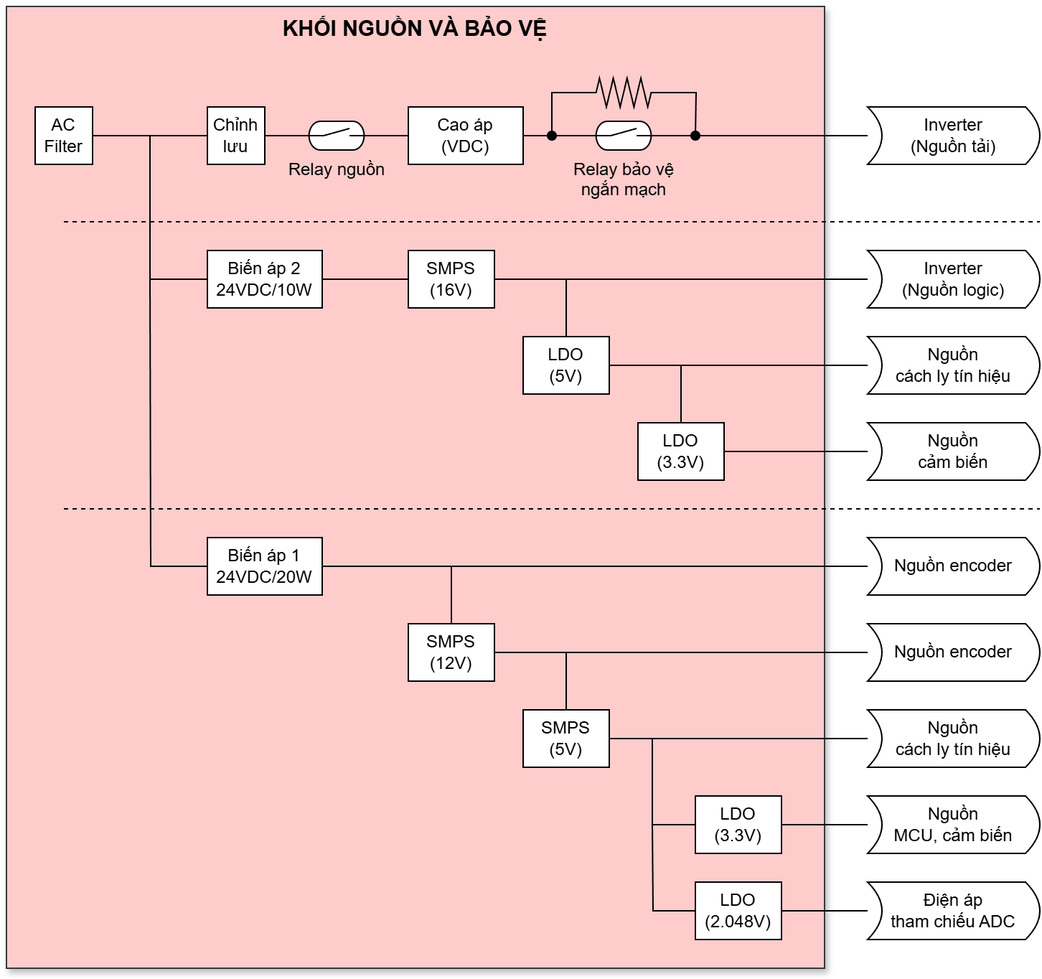
Before: Docs/ACIM-Nguon & Bao ve.drawio.png, a diagram exported from draw.io (sampidevkit/ACIM-Apps). Source tidied: cells renumbered, new cells last; positions are measured from the earlier drawing's top-left corner, leaving out a move shared by most shapes.
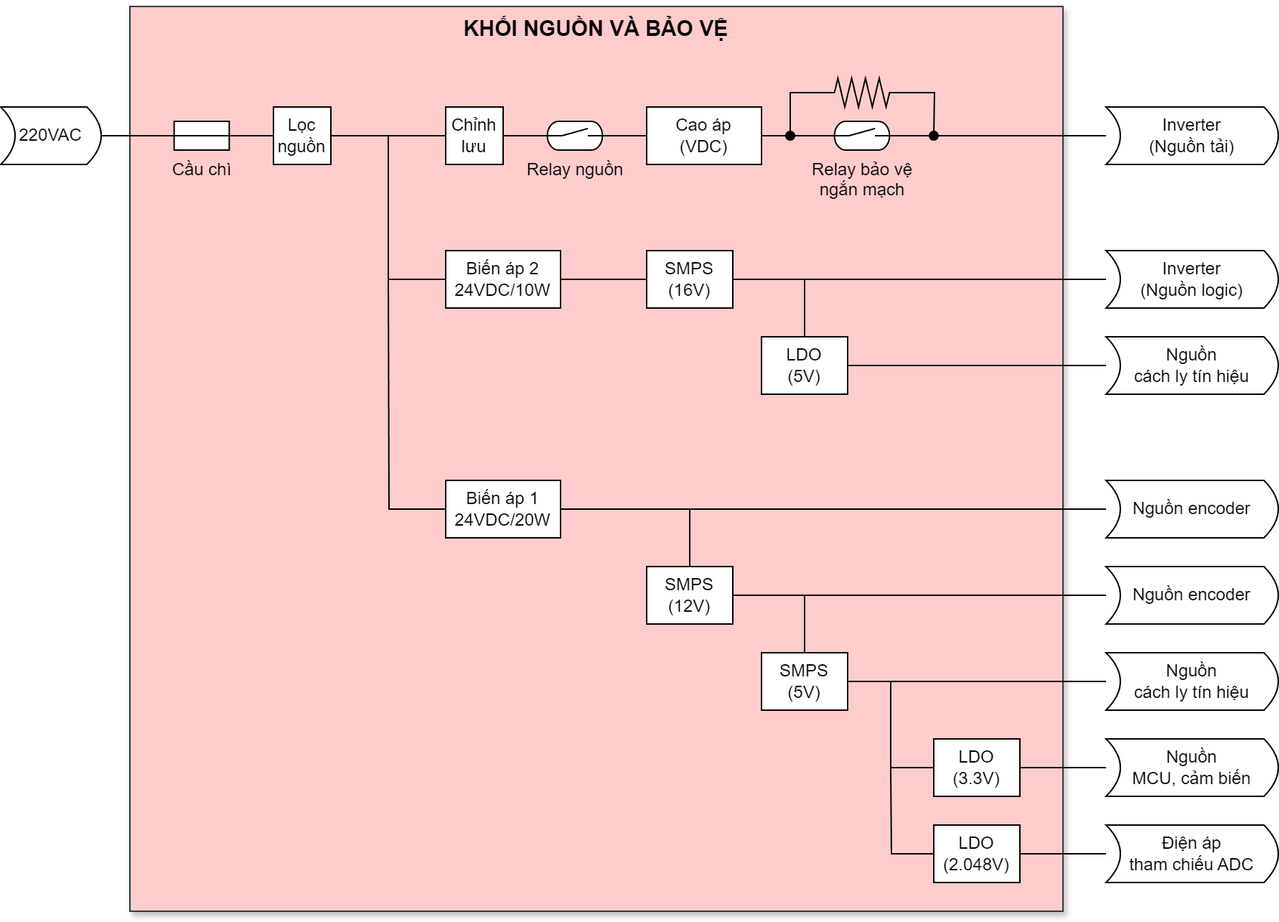
The same diagram one commit later.

Change to the diagram source:
```diff
@@ -3,13 +3,13 @@
     <mxCell id="0" />
     <mxCell id="1" parent="0" />
     <mxCell id="2" value="&lt;b&gt;&lt;font style=&quot;font-size: 15px;&quot;&gt;KHỐI NGUỒN VÀ BẢO VỆ&lt;/font&gt;&lt;/b&gt;" style="rounded=0;whiteSpace=wrap;html=1;fontFamily=Helvetica;fontSize=11;labelBackgroundColor=none;shadow=1;verticalAlign=top;fillColor=#ffcccc;strokeColor=#36393d;" parent="1" vertex="1">
-      <mxGeometry width="570" height="670" as="geometry" />
+      <mxGeometry x="-80" width="650" height="630" as="geometry" />
     </mxCell>
     <mxCell id="3" value="Inverter&lt;div&gt;(Nguồn tải)&lt;/div&gt;" style="shape=dataStorage;whiteSpace=wrap;html=1;fixedSize=1;size=10;flipH=1;fontSize=12;" parent="1" vertex="1">
       <mxGeometry x="600" y="70" width="120" height="40" as="geometry" />
     </mxCell>
     <mxCell id="4" value="Nguồn encoder" style="shape=dataStorage;whiteSpace=wrap;html=1;fixedSize=1;size=10;flipH=1;fontSize=12;" parent="1" vertex="1">
-      <mxGeometry x="600" y="370" width="120" height="40" as="geometry" />
+      <mxGeometry x="600" y="330" width="120" height="40" as="geometry" />
     </mxCell>
     <mxCell id="5" value="Nguồn&lt;div&gt;cách ly tín hiệu&lt;/div&gt;" style="shape=dataStorage;whiteSpace=wrap;html=1;fixedSize=1;size=10;flipH=1;fontSize=12;" parent="1" vertex="1">
       <mxGeometry x="600" y="230" width="120" height="40" as="geometry" />
@@ -22,7 +22,7 @@
     </mxCell>
     <mxCell id="8" style="edgeStyle=orthogonalEdgeStyle;shape=connector;rounded=0;jettySize=auto;html=1;strokeColor=default;align=center;verticalAlign=middle;fontFamily=Helvetica;fontSize=11;fontColor=default;labelBackgroundColor=default;startFill=0;endArrow=none;" parent="1" edge="1" source="10">
       <mxGeometry relative="1" as="geometry">
-        <mxPoint x="600" y="390" as="targetPoint" />
+        <mxPoint x="600" y="350" as="targetPoint" />
       </mxGeometry>
     </mxCell>
     <mxCell id="9" style="edgeStyle=orthogonalEdgeStyle;shape=connector;rounded=0;jettySize=auto;html=1;strokeColor=default;align=center;verticalAlign=middle;fontFamily=Helvetica;fontSize=11;fontColor=default;labelBackgroundColor=default;startFill=0;endArrow=none;" parent="1" edge="1" source="10">
@@ -31,7 +31,7 @@
       </mxGeometry>
     </mxCell>
     <mxCell id="10" value="Biến áp 1&lt;div&gt;24VDC/20W&lt;/div&gt;" style="rounded=0;whiteSpace=wrap;html=1;" parent="1" vertex="1">
-      <mxGeometry x="140" y="370" width="80" height="40" as="geometry" />
+      <mxGeometry x="140" y="330" width="80" height="40" as="geometry" />
     </mxCell>
     <mxCell id="11" style="edgeStyle=orthogonalEdgeStyle;shape=connector;rounded=0;jettySize=auto;html=1;entryX=0;entryY=0.5;entryDx=0;entryDy=0;strokeColor=default;align=center;verticalAlign=middle;fontFamily=Helvetica;fontSize=11;fontColor=default;labelBackgroundColor=default;startFill=0;endArrow=none;" parent="1" edge="1" source="13" target="38">
       <mxGeometry relative="1" as="geometry" />
@@ -83,63 +83,63 @@
     <mxCell id="23" style="verticalLabelPosition=bottom;shadow=0;dashed=0;align=center;html=1;verticalAlign=top;shape=mxgraph.electrical.resistors.resistor_2;" parent="1" vertex="1">
       <mxGeometry x="400" y="50" width="60" height="20" as="geometry" />
     </mxCell>
-    <mxCell id="24" value="AC Filter" style="rounded=0;whiteSpace=wrap;html=1;verticalAlign=middle;horizontal=1;" parent="1" vertex="1">
+    <mxCell id="24" value="Lọc nguồn" style="rounded=0;whiteSpace=wrap;html=1;verticalAlign=middle;horizontal=1;" parent="1" vertex="1">
       <mxGeometry x="20" y="70" width="40" height="40" as="geometry" />
     </mxCell>
     <mxCell id="25" style="edgeStyle=orthogonalEdgeStyle;shape=connector;rounded=0;jettySize=auto;html=1;strokeColor=default;align=center;verticalAlign=middle;fontFamily=Helvetica;fontSize=11;fontColor=default;labelBackgroundColor=default;startFill=0;endArrow=none;" parent="1" edge="1" source="27">
       <mxGeometry relative="1" as="geometry">
-        <mxPoint x="600" y="450" as="targetPoint" />
+        <mxPoint x="600" y="410" as="targetPoint" />
       </mxGeometry>
     </mxCell>
     <mxCell id="26" style="edgeStyle=orthogonalEdgeStyle;shape=connector;rounded=0;jettySize=auto;html=1;strokeColor=default;align=center;verticalAlign=middle;fontFamily=Helvetica;fontSize=11;fontColor=default;labelBackgroundColor=default;startFill=0;endArrow=none;" parent="1" edge="1" source="27">
       <mxGeometry relative="1" as="geometry">
-        <mxPoint x="310" y="390" as="targetPoint" />
+        <mxPoint x="310" y="350" as="targetPoint" />
       </mxGeometry>
     </mxCell>
     <mxCell id="27" value="SMPS&lt;div&gt;(12V)&lt;/div&gt;" style="rounded=0;whiteSpace=wrap;html=1;" parent="1" vertex="1">
-      <mxGeometry x="280" y="430" width="60" height="40" as="geometry" />
+      <mxGeometry x="280" y="390" width="60" height="40" as="geometry" />
     </mxCell>
     <mxCell id="28" style="edgeStyle=orthogonalEdgeStyle;shape=connector;rounded=0;jettySize=auto;html=1;strokeColor=default;align=center;verticalAlign=middle;fontFamily=Helvetica;fontSize=11;fontColor=default;labelBackgroundColor=default;startFill=0;endArrow=none;" parent="1" edge="1" source="30">
       <mxGeometry relative="1" as="geometry">
-        <mxPoint x="390" y="450" as="targetPoint" />
+        <mxPoint x="390" y="410" as="targetPoint" />
       </mxGeometry>
     </mxCell>
     <mxCell id="29" style="edgeStyle=orthogonalEdgeStyle;shape=connector;rounded=0;jettySize=auto;html=1;strokeColor=default;align=center;verticalAlign=middle;fontFamily=Helvetica;fontSize=11;fontColor=default;labelBackgroundColor=default;startFill=0;endArrow=none;" parent="1" edge="1" source="30">
       <mxGeometry relative="1" as="geometry">
-        <mxPoint x="600" y="510" as="targetPoint" />
+        <mxPoint x="600" y="470" as="targetPoint" />
       </mxGeometry>
     </mxCell>
     <mxCell id="30" value="&lt;div&gt;&lt;span style=&quot;background-color: transparent; color: light-dark(rgb(0, 0, 0), rgb(255, 255, 255));&quot;&gt;SMPS&lt;/span&gt;&lt;/div&gt;&lt;div&gt;&lt;span style=&quot;background-color: transparent; color: light-dark(rgb(0, 0, 0), rgb(255, 255, 255));&quot;&gt;(5V)&lt;/span&gt;&lt;/div&gt;" style="rounded=0;whiteSpace=wrap;html=1;" parent="1" vertex="1">
-      <mxGeometry x="360" y="490" width="60" height="40" as="geometry" />
+      <mxGeometry x="360" y="450" width="60" height="40" as="geometry" />
     </mxCell>
     <mxCell id="31" style="edgeStyle=orthogonalEdgeStyle;shape=connector;rounded=0;jettySize=auto;html=1;strokeColor=default;align=center;verticalAlign=middle;fontFamily=Helvetica;fontSize=11;fontColor=default;labelBackgroundColor=default;startFill=0;endArrow=none;" parent="1" edge="1" source="33">
       <mxGeometry relative="1" as="geometry">
-        <mxPoint x="600" y="570" as="targetPoint" />
+        <mxPoint x="600" y="530" as="targetPoint" />
       </mxGeometry>
     </mxCell>
     <mxCell id="32" style="edgeStyle=orthogonalEdgeStyle;shape=connector;rounded=0;jettySize=auto;html=1;strokeColor=default;align=center;verticalAlign=middle;fontFamily=Helvetica;fontSize=11;fontColor=default;labelBackgroundColor=default;startFill=0;endArrow=none;" parent="1" edge="1" source="33">
       <mxGeometry relative="1" as="geometry">
-        <mxPoint x="450" y="510" as="targetPoint" />
+        <mxPoint x="450" y="470" as="targetPoint" />
         <Array as="points">
-          <mxPoint x="450" y="570" />
+          <mxPoint x="450" y="530" />
         </Array>
       </mxGeometry>
     </mxCell>
     <mxCell id="33" value="&lt;span style=&quot;background-color: transparent; color: light-dark(rgb(0, 0, 0), rgb(255, 255, 255));&quot;&gt;LDO&lt;/span&gt;&lt;div&gt;&lt;span style=&quot;background-color: transparent; color: light-dark(rgb(0, 0, 0), rgb(255, 255, 255));&quot;&gt;(3.3V)&lt;/span&gt;&lt;/div&gt;" style="rounded=0;whiteSpace=wrap;html=1;" parent="1" vertex="1">
-      <mxGeometry x="480" y="550" width="60" height="40" as="geometry" />
+      <mxGeometry x="480" y="510" width="60" height="40" as="geometry" />
     </mxCell>
     <mxCell id="34" style="edgeStyle=orthogonalEdgeStyle;shape=connector;rounded=0;jettySize=auto;html=1;strokeColor=default;align=center;verticalAlign=middle;fontFamily=Helvetica;fontSize=11;fontColor=default;labelBackgroundColor=default;startFill=0;endArrow=none;" parent="1" edge="1" source="36">
       <mxGeometry relative="1" as="geometry">
-        <mxPoint x="450" y="570" as="targetPoint" />
+        <mxPoint x="450" y="530" as="targetPoint" />
       </mxGeometry>
     </mxCell>
     <mxCell id="35" style="edgeStyle=orthogonalEdgeStyle;shape=connector;rounded=0;jettySize=auto;html=1;strokeColor=default;align=center;verticalAlign=middle;fontFamily=Helvetica;fontSize=11;fontColor=default;labelBackgroundColor=default;startFill=0;endArrow=none;" parent="1" edge="1" source="36">
       <mxGeometry relative="1" as="geometry">
-        <mxPoint x="600" y="630" as="targetPoint" />
+        <mxPoint x="600" y="590" as="targetPoint" />
       </mxGeometry>
     </mxCell>
     <mxCell id="36" value="&lt;span style=&quot;background-color: transparent; color: light-dark(rgb(0, 0, 0), rgb(255, 255, 255));&quot;&gt;LDO&lt;/span&gt;&lt;div&gt;&lt;span style=&quot;background-color: transparent; color: light-dark(rgb(0, 0, 0), rgb(255, 255, 255));&quot;&gt;(2.048V)&lt;/span&gt;&lt;/div&gt;" style="rounded=0;whiteSpace=wrap;html=1;" parent="1" vertex="1">
-      <mxGeometry x="480" y="610" width="60" height="40" as="geometry" />
+      <mxGeometry x="480" y="570" width="60" height="40" as="geometry" />
     </mxCell>
     <mxCell id="37" style="edgeStyle=orthogonalEdgeStyle;shape=connector;rounded=0;jettySize=auto;html=1;strokeColor=default;align=center;verticalAlign=middle;fontFamily=Helvetica;fontSize=11;fontColor=default;labelBackgroundColor=default;startFill=0;endArrow=none;" parent="1" edge="1" source="38">
       <mxGeometry relative="1" as="geometry">
@@ -162,48 +162,34 @@
     <mxCell id="41" value="LDO&lt;div&gt;(5V)&lt;/div&gt;" style="rounded=0;whiteSpace=wrap;html=1;" parent="1" vertex="1">
       <mxGeometry x="360" y="230" width="60" height="40" as="geometry" />
     </mxCell>
-    <mxCell id="42" style="edgeStyle=orthogonalEdgeStyle;shape=connector;rounded=0;jettySize=auto;html=1;strokeColor=default;align=center;verticalAlign=middle;fontFamily=Helvetica;fontSize=11;fontColor=default;labelBackgroundColor=default;startFill=0;endArrow=none;" parent="1" edge="1" source="44">
-      <mxGeometry relative="1" as="geometry">
-        <mxPoint x="470" y="250" as="targetPoint" />
-      </mxGeometry>
-    </mxCell>
-    <mxCell id="43" style="edgeStyle=orthogonalEdgeStyle;shape=connector;rounded=0;jettySize=auto;html=1;strokeColor=default;align=center;verticalAlign=middle;fontFamily=Helvetica;fontSize=11;fontColor=default;labelBackgroundColor=default;startFill=0;endArrow=none;" parent="1" edge="1" source="44">
-      <mxGeometry relative="1" as="geometry">
-        <mxPoint x="600" y="310" as="targetPoint" />
-      </mxGeometry>
-    </mxCell>
-    <mxCell id="44" value="LDO&lt;div&gt;(3.3V)&lt;/div&gt;" style="rounded=0;whiteSpace=wrap;html=1;" parent="1" vertex="1">
-      <mxGeometry x="440" y="290" width="60" height="40" as="geometry" />
-    </mxCell>
     <mxCell id="45" value="Inverter&lt;div&gt;(Nguồn logic)&lt;/div&gt;" style="shape=dataStorage;whiteSpace=wrap;html=1;fixedSize=1;size=10;flipH=1;fontSize=12;" parent="1" vertex="1">
       <mxGeometry x="600" y="170" width="120" height="40" as="geometry" />
     </mxCell>
-    <mxCell id="46" value="Nguồn&lt;div&gt;cảm biến&lt;/div&gt;" style="shape=dataStorage;whiteSpace=wrap;html=1;fixedSize=1;size=10;flipH=1;fontSize=12;" parent="1" vertex="1">
-      <mxGeometry x="600" y="290" width="120" height="40" as="geometry" />
-    </mxCell>
     <mxCell id="47" value="Nguồn encoder" style="shape=dataStorage;whiteSpace=wrap;html=1;fixedSize=1;size=10;flipH=1;fontSize=12;" parent="1" vertex="1">
-      <mxGeometry x="600" y="430" width="120" height="40" as="geometry" />
+      <mxGeometry x="600" y="390" width="120" height="40" as="geometry" />
     </mxCell>
     <mxCell id="48" value="Nguồn&lt;div&gt;cách ly tín hiệu&lt;/div&gt;" style="shape=dataStorage;whiteSpace=wrap;html=1;fixedSize=1;size=10;flipH=1;fontSize=12;" parent="1" vertex="1">
-      <mxGeometry x="600" y="490" width="120" height="40" as="geometry" />
+      <mxGeometry x="600" y="450" width="120" height="40" as="geometry" />
     </mxCell>
     <mxCell id="49" value="Nguồn&lt;div&gt;MCU, cảm biến&lt;/div&gt;" style="shape=dataStorage;whiteSpace=wrap;html=1;fixedSize=1;size=10;flipH=1;fontSize=12;" parent="1" vertex="1">
-      <mxGeometry x="600" y="550" width="120" height="40" as="geometry" />
+      <mxGeometry x="600" y="510" width="120" height="40" as="geometry" />
     </mxCell>
     <mxCell id="50" value="Điện áp&lt;div&gt;tham chiếu ADC&lt;/div&gt;" style="shape=dataStorage;whiteSpace=wrap;html=1;fixedSize=1;size=10;flipH=1;fontSize=12;" parent="1" vertex="1">
-      <mxGeometry x="600" y="610" width="120" height="40" as="geometry" />
+      <mxGeometry x="600" y="570" width="120" height="40" as="geometry" />
     </mxCell>
-    <mxCell id="51" style="endArrow=none;dashed=1;html=1;rounded=0;strokeColor=default;align=center;verticalAlign=middle;fontFamily=Helvetica;fontSize=11;fontColor=default;labelBackgroundColor=default;edgeStyle=orthogonalEdgeStyle;" parent="1" edge="1">
-      <mxGeometry relative="1" as="geometry">
-        <mxPoint x="40" y="150" as="sourcePoint" />
-        <mxPoint x="720" y="150" as="targetPoint" />
-      </mxGeometry>
-    </mxCell>
-    <mxCell id="52" style="endArrow=none;dashed=1;html=1;rounded=0;strokeColor=default;align=center;verticalAlign=middle;fontFamily=Helvetica;fontSize=11;fontColor=default;labelBackgroundColor=default;edgeStyle=orthogonalEdgeStyle;" parent="1" edge="1">
-      <mxGeometry relative="1" as="geometry">
-        <mxPoint x="40" y="350" as="sourcePoint" />
-        <mxPoint x="720" y="350" as="targetPoint" />
-      </mxGeometry>
-    </mxCell>
+    <mxCell id="53" style="edgeStyle=orthogonalEdgeStyle;rounded=0;jettySize=auto;html=1;entryX=0;entryY=0.5;entryDx=0;entryDy=0;endArrow=none;startFill=0;" parent="1" edge="1" source="55" target="24">
+      <mxGeometry relative="1" as="geometry" />
+    </mxCell>
+    <mxCell id="54" style="edgeStyle=orthogonalEdgeStyle;rounded=0;jettySize=auto;html=1;endArrow=none;startFill=0;" parent="1" edge="1" source="55">
+      <mxGeometry relative="1" as="geometry">
+        <mxPoint x="-100" y="90" as="targetPoint" />
+      </mxGeometry>
+    </mxCell>
+    <mxCell id="55" value="Cầu chì" style="verticalLabelPosition=bottom;shadow=0;dashed=0;align=center;html=1;verticalAlign=top;shape=mxgraph.electrical.miscellaneous.fuse_2;" parent="1" vertex="1">
+      <mxGeometry x="-60" y="80" width="60" height="20" as="geometry" />
+    </mxCell>
+    <mxCell id="56" value="220VAC" style="shape=dataStorage;whiteSpace=wrap;html=1;fixedSize=1;size=10;flipH=1;fontSize=12;" parent="1" vertex="1">
+      <mxGeometry x="-170" y="70" width="70" height="40" as="geometry" />
+    </mxCell>
   </root>
 </mxGraphModel>
```
